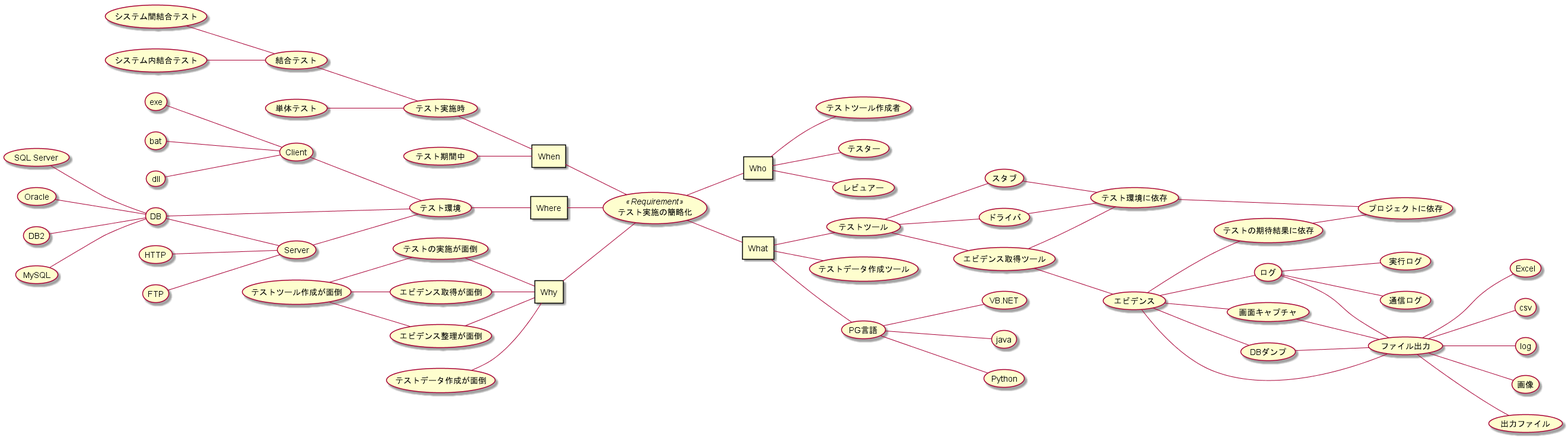
Above: doc/01_要件定義/img/マインドマップ.png in hirorich/CommonTool (PlantUML), before the change. The source it was exported from:
```plantuml
@startuml img\マインドマップ.png

left to right direction

usecase (テスト実施の簡略化) <<Requirement>> as (Requirement)

rectangle When
rectangle Where
rectangle Who
rectangle What
rectangle Why

When -- Requirement
Where -- Requirement
Why -- Requirement
Requirement -- Who
Requirement -- What



usecase (テスト実施時) as (time1)
usecase (結合テスト) as (time2)
(time1) -- When
(単体テスト) -- (time1)
(time2) -- (time1)
(システム間結合テスト) -- (time2)
(システム内結合テスト) -- (time2)
(テスト期間中) -- When

usecase (テスト環境) as (env1)
(env1) -- Where
(Client) -- (env1)
(Server) -- (env1)
(DB) -- (env1)
(exe) -- (Client)
(bat) -- (Client)
(dll) -- (Client)
(HTTP) -- (Server)
(FTP) -- (Server)
(DB) -- (Server)
(SQL Server) -- (DB)
(Oracle) -- (DB)
(DB2) -- (DB)
(MySQL) -- (DB)

Who -- (テストツール作成者)
Who -- (テスター)
Who -- (レビュアー)

usecase (テストの実施が面倒) as (reason1)
usecase (エビデンス取得が面倒) as (reason2)
usecase (エビデンス整理が面倒) as (reason3)
usecase (テストツール作成が面倒) as (reason4)
usecase (テストデータ作成が面倒) as (reason5)
(reason1) -- Why
(reason2) -- Why
(reason3) -- Why
(reason5) -- Why
(reason4) -- (reason1)
(reason4) -- (reason2)
(reason4) -- (reason3)

usecase (エビデンス) as (obj1)
usecase (スタブ) as (obj2)
usecase (ドライバ) as (obj3)
usecase (テスト環境に依存) as (obj4)
usecase (テストの期待結果に依存) as (obj5)
usecase (プロジェクトに依存) as (obj6)
usecase (ログ) as (obj7)
usecase (画面キャプチャ) as (obj8)
usecase (DBダンプ) as (obj9)
usecase (実行ログ) as (obj10)
usecase (通信ログ) as (obj11)
usecase (ファイル出力) as (obj12)
usecase (テストツール) as (obj13)
usecase (エビデンス取得ツール) as (obj14)
usecase (テストデータ作成ツール) as (obj15)
What -- (obj13)
What -- (obj15)
What -- (PG言語)
(PG言語) -- (VB.NET)
(PG言語) -- (java)
(PG言語) -- (Python)
(obj13) -- (obj2)
(obj13) -- (obj3)
(obj13) -- (obj14)
(obj14) -- (obj1)
(obj2) -- (obj4)
(obj3) -- (obj4)
(obj14) -- (obj4)
(obj1) -- (obj5)
(obj4) -- (obj6)
(obj5) -- (obj6)
(obj1) -- (obj8)
(obj1) -- (obj9)
(obj1) -- (obj7)
(obj7) -- (obj10)
(obj7) -- (obj11)
(obj1) -- (obj12)
(obj7) -- (obj12)
(obj8) -- (obj12)
(obj9) -- (obj12)
(obj12) -- (Excel)
(obj12) -- (csv)
(obj12) -- (log)
(obj12) -- (画像)
(obj12) -- (出力ファイル)

@enduml
```
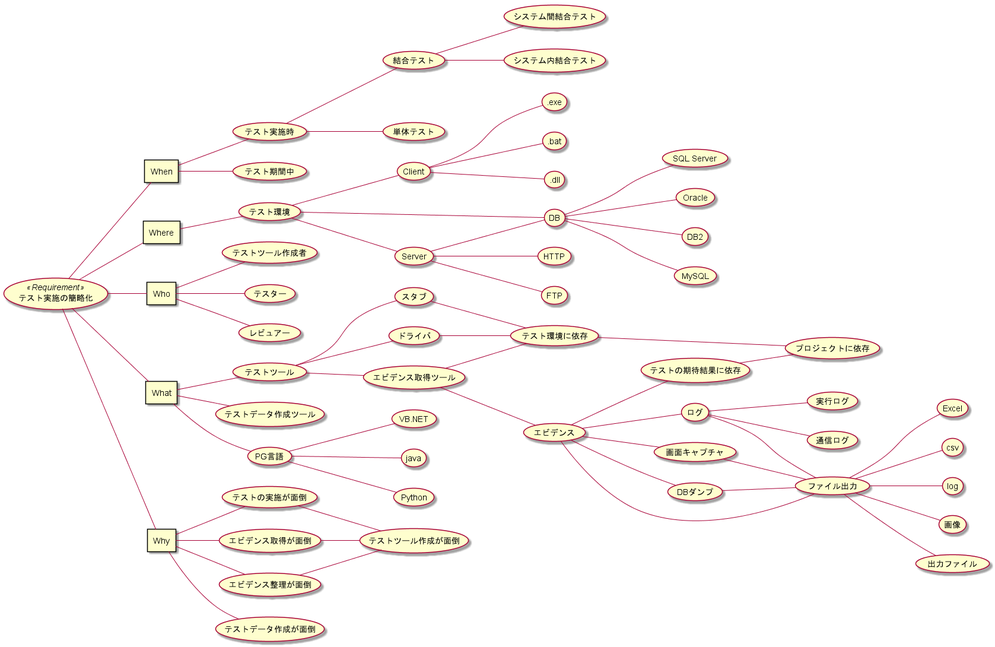
Above is the later version.

Commit message:
マインドマップの書き方を「中->外」から「左->右」に変更

Change to the diagram source:
```diff
@@ -10,55 +10,55 @@
 rectangle What
 rectangle Why
 
-When -- Requirement
-Where -- Requirement
-Why -- Requirement
+Requirement -- Why
+Requirement -- When
+Requirement -- Where
 Requirement -- Who
 Requirement -- What
 
 
-
-usecase (テスト実施時) as (time1)
-usecase (結合テスト) as (time2)
-(time1) -- When
-(単体テスト) -- (time1)
-(time2) -- (time1)
-(システム間結合テスト) -- (time2)
-(システム内結合テスト) -- (time2)
-(テスト期間中) -- When
-
-usecase (テスト環境) as (env1)
-(env1) -- Where
-(Client) -- (env1)
-(Server) -- (env1)
-(DB) -- (env1)
-(exe) -- (Client)
-(bat) -- (Client)
-(dll) -- (Client)
-(HTTP) -- (Server)
-(FTP) -- (Server)
-(DB) -- (Server)
-(SQL Server) -- (DB)
-(Oracle) -- (DB)
-(DB2) -- (DB)
-(MySQL) -- (DB)
-
-Who -- (テストツール作成者)
-Who -- (テスター)
-Who -- (レビュアー)
 
 usecase (テストの実施が面倒) as (reason1)
 usecase (エビデンス取得が面倒) as (reason2)
 usecase (エビデンス整理が面倒) as (reason3)
 usecase (テストツール作成が面倒) as (reason4)
 usecase (テストデータ作成が面倒) as (reason5)
-(reason1) -- Why
-(reason2) -- Why
-(reason3) -- Why
-(reason5) -- Why
-(reason4) -- (reason1)
-(reason4) -- (reason2)
-(reason4) -- (reason3)
+Why -- (reason1)
+Why -- (reason2)
+Why -- (reason3)
+Why -- (reason5)
+(reason1) -- (reason4)
+(reason2) -- (reason4)
+(reason3) -- (reason4)
+
+usecase (テスト実施時) as (time1)
+usecase (結合テスト) as (time2)
+When -- (time1)
+(time1) -- (単体テスト)
+(time1) -- (time2)
+(time2) -- (システム間結合テスト)
+(time2) -- (システム内結合テスト)
+When -- (テスト期間中)
+
+usecase (テスト環境) as (env1)
+Where -- (env1)
+(env1) -- (Client)
+(env1) -- (Server)
+(env1) -- (DB)
+(Client) -- (.exe)
+(Client) -- (.bat)
+(Client) -- (.dll)
+(Server) -- (HTTP)
+(Server) -- (FTP)
+(Server) -- (DB)
+(DB) -- (SQL Server)
+(DB) -- (Oracle)
+(DB) -- (DB2)
+(DB) -- (MySQL)
+
+Who -- (テストツール作成者)
+Who -- (テスター)
+Who -- (レビュアー)
 
 usecase (エビデンス) as (obj1)
 usecase (スタブ) as (obj2)
```
